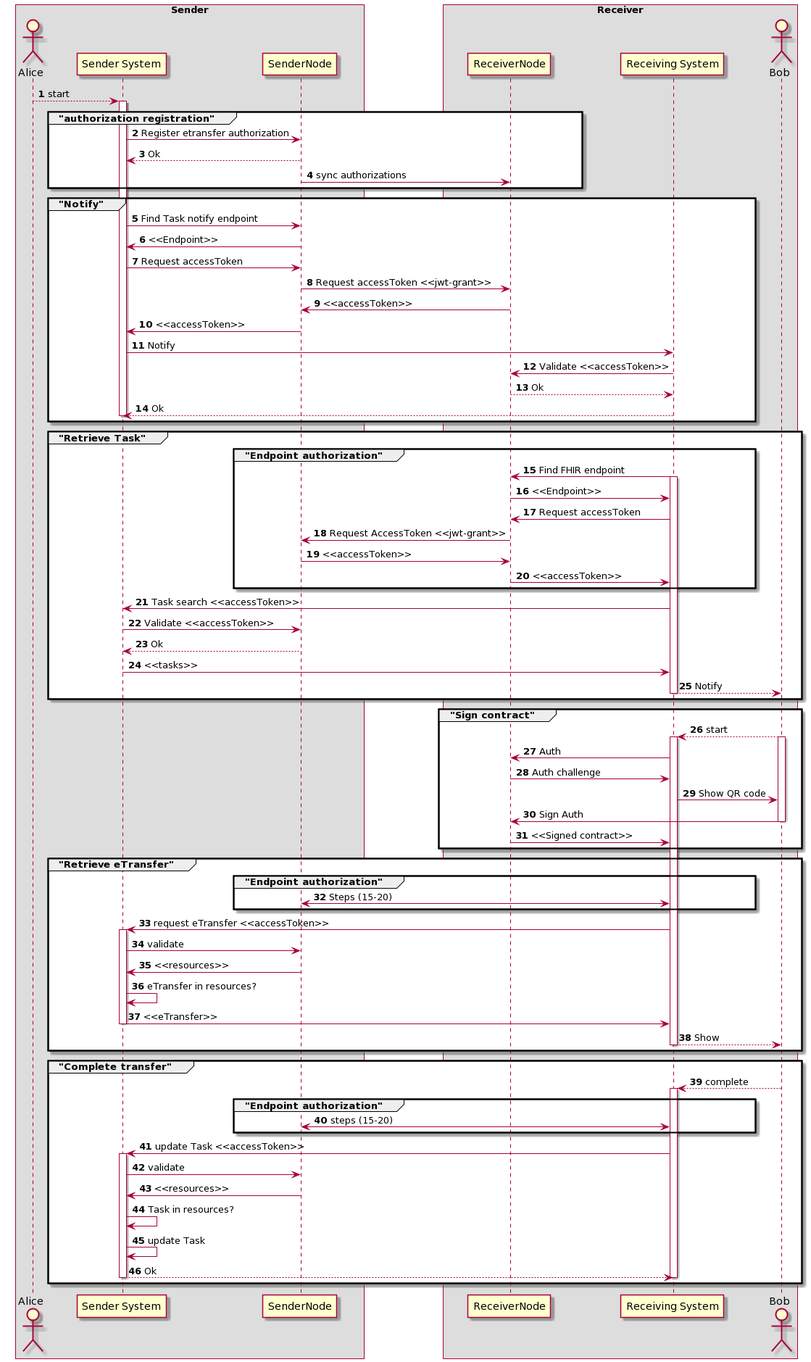
Earlier version of the PlantUML export .gitbook/assets/etransfer.png (nuts-foundation/bolts). Its source is kept beside it as .gitbook/assets/etransfer.puml.
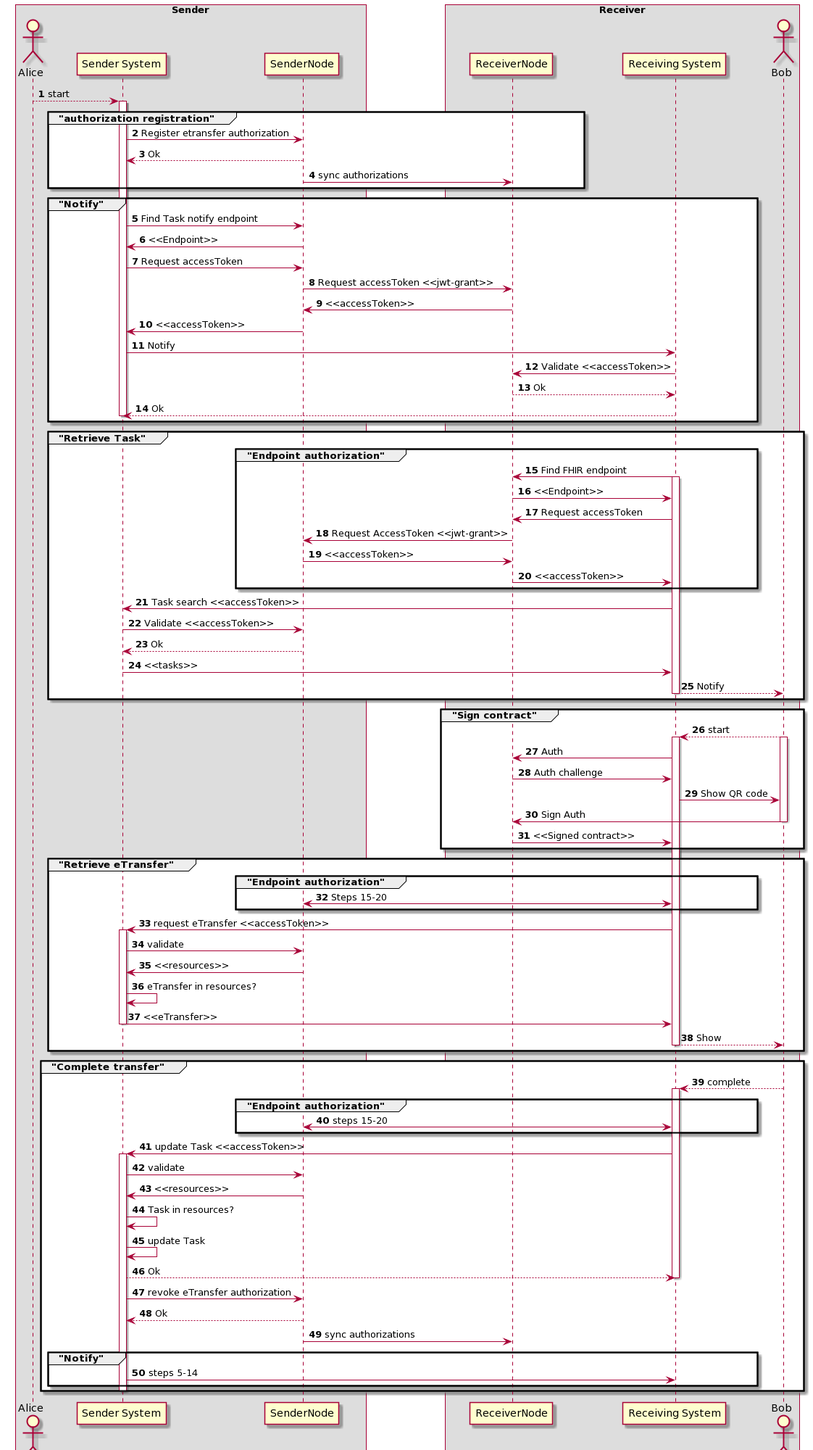
Later version of the same file.

What changed in the source:
```diff
@@ -68,7 +68,7 @@
 
 group "Retrieve eTransfer"
   group "Endpoint authorization"
-   Receiver <-> SenderNode: Steps (15-20)
+   Receiver <-> SenderNode: Steps 15-20
   end
   Receiver -> Sender: request eTransfer <<accessToken>>
   activate Sender
@@ -85,7 +85,7 @@
   Bob --> Receiver: complete
   activate Receiver
   group "Endpoint authorization"
-    Receiver <-> SenderNode: steps (15-20)
+    Receiver <-> SenderNode: steps 15-20
   end
   Receiver -> Sender: update Task <<accessToken>>
   activate Sender
@@ -94,7 +94,13 @@
   Sender -> Sender: Task in resources?
   Sender -> Sender: update Task
   Sender --> Receiver: Ok
+  deactivate Receiver
+  Sender -> SenderNode: revoke eTransfer authorization
+  SenderNode --> Sender: Ok
+  SenderNode -> ReceiverNode: sync authorizations
+  group "Notify"
+    Sender -> Receiver: steps 5-14
+  end
   deactivate Sender
-  deactivate Receiver
 end
 @enduml
```
